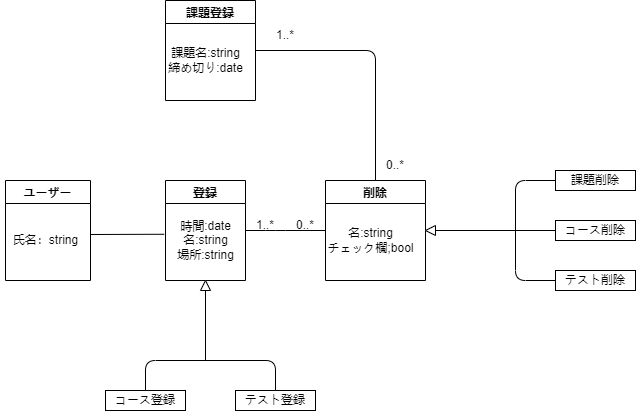
The draw.io diagram Class-1.drawio.png in Hu-Hanxu/First-App-Self-Management-, before a commit. Source tidied: cells renumbered, new cells last; positions are measured from the earlier drawing's top-left corner, leaving out a move shared by most shapes.
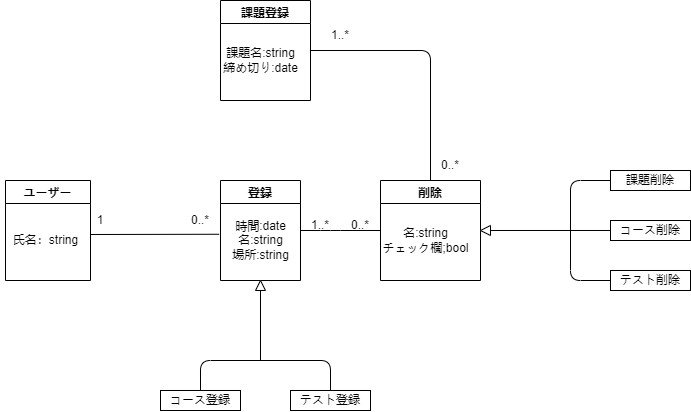
Above is the later version.

The edit, as a diff of the source:
```diff
@@ -93,7 +93,7 @@
       <mxGeometry x="425" y="225" width="10" height="10" as="geometry" />
     </mxCell>
     <mxCell id="25" value="ユーザー" style="swimlane;startSize=23;" parent="1" vertex="1">
-      <mxGeometry x="5" y="180" width="85" height="100" as="geometry" />
+      <mxGeometry x="-50" y="180" width="85" height="100" as="geometry" />
     </mxCell>
     <mxCell id="26" value="氏名：string" style="text;html=1;align=center;verticalAlign=middle;points=[];strokeColor=none;fillColor=none;" parent="25" vertex="1">
       <mxGeometry x="-5" y="45" width="90" height="30" as="geometry" />
@@ -101,5 +101,11 @@
     <mxCell id="27" style="endArrow=none;html=1;exitX=1;exitY=0.3;exitDx=0;exitDy=0;exitPerimeter=0;entryX=-0.016;entryY=0.396;entryDx=0;entryDy=0;entryPerimeter=0;" parent="1" edge="1" source="26" target="3">
       <mxGeometry relative="1" as="geometry" />
     </mxCell>
+    <mxCell id="28" value="1" style="text;html=1;strokeColor=none;fillColor=none;align=center;verticalAlign=middle;whiteSpace=wrap;rounded=0;" parent="1" vertex="1">
+      <mxGeometry x="15" y="205" width="60" height="30" as="geometry" />
+    </mxCell>
+    <mxCell id="29" value="0..*" style="text;html=1;strokeColor=none;fillColor=none;align=center;verticalAlign=middle;whiteSpace=wrap;rounded=0;" parent="1" vertex="1">
+      <mxGeometry x="115" y="205" width="60" height="30" as="geometry" />
+    </mxCell>
   </root>
 </mxGraphModel>
```
